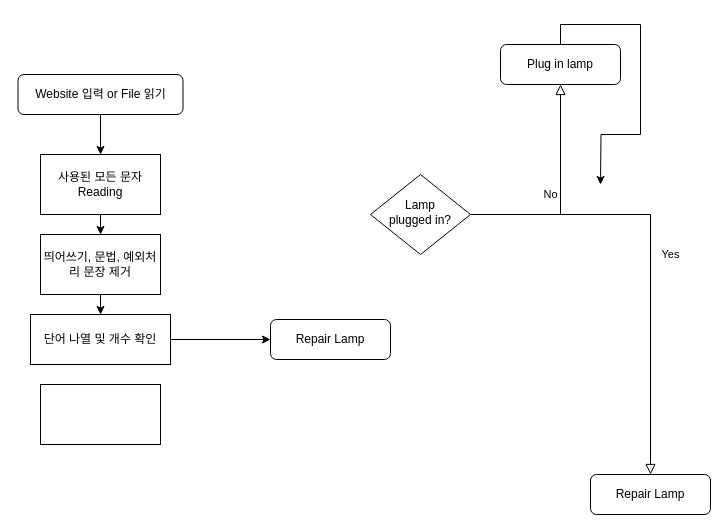
Above: Untitled Diagram.drawio in LeeJuMyeong/python (draw.io), before the change. Source tidied: cells renumbered, new cells numbered last; positions are measured from the earlier drawing's top-left corner, leaving out a move shared by most shapes. Both pictures are drawn from the tidied source at 100%, with x=0, y=0 at pixel (18, 44).
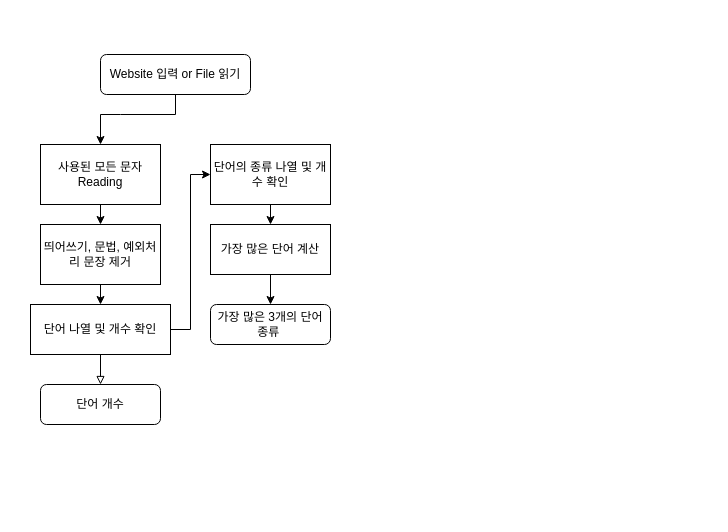
Above is the later version.

What changed in the source:
```diff
@@
     <mxCell id="2" value="Website 입력 or File 읽기" style="rounded=1;whiteSpace=wrap;html=1;fontSize=12;glass=0;strokeWidth=1;shadow=0;" parent="1" vertex="1">
-      <mxGeometry x="-0.5" y="30" width="165" height="40" as="geometry" />
+      <mxGeometry x="82" y="10" width="150" height="40" as="geometry" />
     </mxCell>
-    <mxCell id="3" value="Yes" style="rounded=0;html=1;jettySize=auto;fontSize=11;endArrow=block;endFill=0;endSize=8;strokeWidth=1;shadow=0;labelBackgroundColor=none;edgeStyle=orthogonalEdgeStyle;" parent="1" edge="1" source="6" target="9">
-      <mxGeometry y="20" relative="1" as="geometry" />
-    </mxCell>
-    <mxCell id="4" value="No" style="edgeStyle=orthogonalEdgeStyle;rounded=0;html=1;jettySize=auto;fontSize=11;endArrow=block;endFill=0;endSize=8;strokeWidth=1;shadow=0;labelBackgroundColor=none;" parent="1" edge="1" source="6" target="8">
-      <mxGeometry y="10" relative="1" as="geometry" />
-    </mxCell>
-    <mxCell id="5" style="edgeStyle=orthogonalEdgeStyle;rounded=0;jettySize=auto;html=1;exitX=1;exitY=0.5;exitDx=0;exitDy=0;" parent="1" edge="1" source="6">
-      <mxGeometry relative="1" as="geometry">
-        <mxPoint x="452" y="170" as="targetPoint" />
-      </mxGeometry>
-    </mxCell>
-    <mxCell id="6" value="Lamp&lt;br&gt;plugged in?" style="rhombus;whiteSpace=wrap;html=1;shadow=0;fontFamily=Helvetica;fontSize=12;align=center;strokeWidth=1;spacing=6;spacingTop=-4;" parent="1" vertex="1">
-      <mxGeometry x="352" y="130" width="100" height="80" as="geometry" />
-    </mxCell>
-    <mxCell id="7" style="edgeStyle=orthogonalEdgeStyle;rounded=0;jettySize=auto;html=1;exitX=0.5;exitY=0;exitDx=0;exitDy=0;" parent="1" edge="1" source="8">
-      <mxGeometry relative="1" as="geometry">
-        <mxPoint x="582" y="140" as="targetPoint" />
-      </mxGeometry>
-    </mxCell>
-    <mxCell id="8" value="Plug in lamp" style="rounded=1;whiteSpace=wrap;html=1;fontSize=12;glass=0;strokeWidth=1;shadow=0;" parent="1" vertex="1">
-      <mxGeometry x="482" width="120" height="40" as="geometry" />
-    </mxCell>
-    <mxCell id="9" value="Repair Lamp" style="rounded=1;whiteSpace=wrap;html=1;fontSize=12;glass=0;strokeWidth=1;shadow=0;" parent="1" vertex="1">
-      <mxGeometry x="572" y="430" width="120" height="40" as="geometry" />
-    </mxCell>
     <mxCell id="10" value="사용된 모든 문자 Reading" style="rounded=0;whiteSpace=wrap;html=1;" parent="1" vertex="1">
-      <mxGeometry x="22" y="110" width="120" height="60" as="geometry" />
+      <mxGeometry x="22" y="100" width="120" height="60" as="geometry" />
     </mxCell>
+    <mxCell id="19" style="edgeStyle=orthogonalEdgeStyle;rounded=0;jumpStyle=none;jettySize=auto;html=1;exitX=0.5;exitY=1;exitDx=0;exitDy=0;shadow=0;endArrow=classic;endFill=1;strokeColor=#000000;fillColor=#FFFFFF;entryX=0.5;entryY=0;entryDx=0;entryDy=0;" parent="1" edge="1" source="11" target="22">
+      <mxGeometry relative="1" as="geometry" />
+    </mxCell>
-    <mxCell id="11" style="rounded=0;whiteSpace=wrap;html=1;" parent="1" vertex="1">
-      <mxGeometry x="22" y="340" width="120" height="60" as="geometry" />
+    <mxCell id="11" value="단어의 종류 나열 및 개수 확인" style="rounded=0;whiteSpace=wrap;html=1;" parent="1" vertex="1">
+      <mxGeometry x="192" y="100" width="120" height="60" as="geometry" />
     </mxCell>
-    <mxCell id="12" style="edgeStyle=orthogonalEdgeStyle;rounded=0;jettySize=auto;html=1;exitX=1;exitY=0.5;exitDx=0;exitDy=0;entryX=0;entryY=0.5;entryDx=0;entryDy=0;fillColor=#FFFFFF;" parent="1" edge="1" source="13" target="18">
+    <mxCell id="12" style="edgeStyle=orthogonalEdgeStyle;rounded=0;jettySize=auto;html=1;exitX=0.5;exitY=1;exitDx=0;exitDy=0;entryX=0.5;entryY=0;entryDx=0;entryDy=0;fillColor=#FFFFFF;shadow=0;jumpStyle=none;endArrow=block;endFill=0;" parent="1" edge="1" source="13" target="18">
       <mxGeometry relative="1" as="geometry" />
     </mxCell>
+    <mxCell id="20" style="edgeStyle=orthogonalEdgeStyle;rounded=0;jumpStyle=none;jettySize=auto;html=1;exitX=1;exitY=0.5;exitDx=0;exitDy=0;entryX=0;entryY=0.5;entryDx=0;entryDy=0;shadow=0;endArrow=classic;endFill=1;strokeColor=#000000;fillColor=#FFFFFF;" parent="1" edge="1" source="13" target="11">
+      <mxGeometry relative="1" as="geometry" />
+    </mxCell>
     <mxCell id="13" value="단어 나열 및 개수 확인" style="rounded=0;whiteSpace=wrap;html=1;" parent="1" vertex="1">
-      <mxGeometry x="12" y="270" width="140" height="50" as="geometry" />
+      <mxGeometry x="12" y="260" width="140" height="50" as="geometry" />
     </mxCell>
     <mxCell id="14" value="띄어쓰기, 문법, 예외처리 문장 제거" style="rounded=0;whiteSpace=wrap;html=1;" parent="1" vertex="1">
-      <mxGeometry x="22" y="190" width="120" height="60" as="geometry" />
+      <mxGeometry x="22" y="180" width="120" height="60" as="geometry" />
     </mxCell>
     <mxCell id="15" style="endArrow=classic;html=1;rounded=0;exitX=0.5;exitY=1;exitDx=0;exitDy=0;entryX=0.5;entryY=0;entryDx=0;entryDy=0;" parent="1" edge="1" source="2" target="10">
-      <mxGeometry relative="1" as="geometry" />
+      <mxGeometry relative="1" as="geometry">
+        <Array as="points">
+          <mxPoint x="157" y="70" />
+          <mxPoint x="102" y="70" />
+          <mxPoint x="82" y="70" />
+        </Array>
+      </mxGeometry>
     </mxCell>
@@
-    <mxCell id="18" value="Repair Lamp" style="rounded=1;whiteSpace=wrap;html=1;fontSize=12;glass=0;strokeWidth=1;shadow=0;" parent="1" vertex="1">
-      <mxGeometry x="252" y="275" width="120" height="40" as="geometry" />
+    <mxCell id="18" value="단어 개수" style="rounded=1;whiteSpace=wrap;html=1;fontSize=12;glass=0;strokeWidth=1;shadow=0;" parent="1" vertex="1">
+      <mxGeometry x="22" y="340" width="120" height="40" as="geometry" />
     </mxCell>
+    <mxCell id="21" style="edgeStyle=orthogonalEdgeStyle;rounded=0;jumpStyle=none;jettySize=auto;html=1;exitX=0.5;exitY=1;exitDx=0;exitDy=0;shadow=0;endArrow=classic;endFill=1;strokeColor=#000000;fillColor=#FFFFFF;entryX=0.5;entryY=0;entryDx=0;entryDy=0;" parent="1" edge="1" source="22" target="23">
+      <mxGeometry relative="1" as="geometry" />
+    </mxCell>
+    <mxCell id="22" value="가장 많은 단어 계산" style="rounded=0;whiteSpace=wrap;html=1;" parent="1" vertex="1">
+      <mxGeometry x="192" y="180" width="120" height="50" as="geometry" />
+    </mxCell>
+    <mxCell id="23" value="가장 많은 3개의 단어 종류&amp;nbsp;" style="rounded=1;whiteSpace=wrap;html=1;fontSize=12;glass=0;strokeWidth=1;shadow=0;" parent="1" vertex="1">
+      <mxGeometry x="192" y="260" width="120" height="40" as="geometry" />
+    </mxCell>
```
